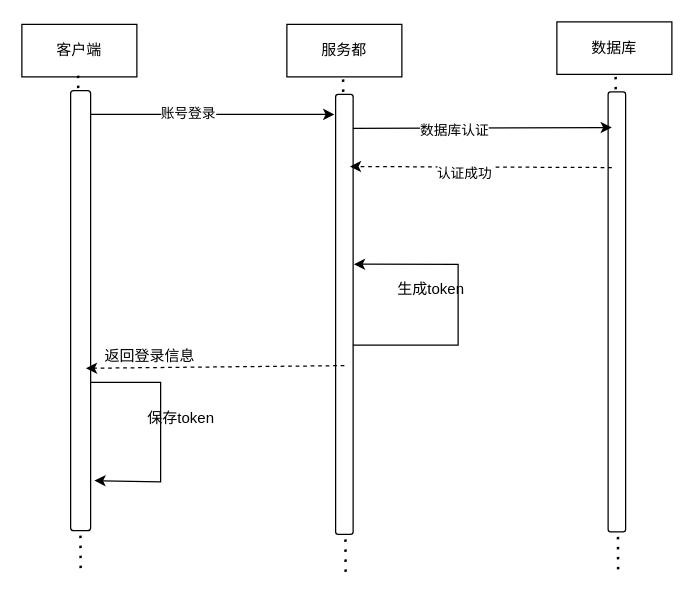
This is save/获取物品数据-第三方接口.drawio from kehaha-5/drawio, a draw.io file, before an edit. Source tidied: cells renumbered, new cells numbered last; positions are measured from the earlier drawing's top-left corner, leaving out a move shared by most shapes. Both pictures are drawn from the tidied source at 125%, with x=0, y=0 at pixel (21, 21).
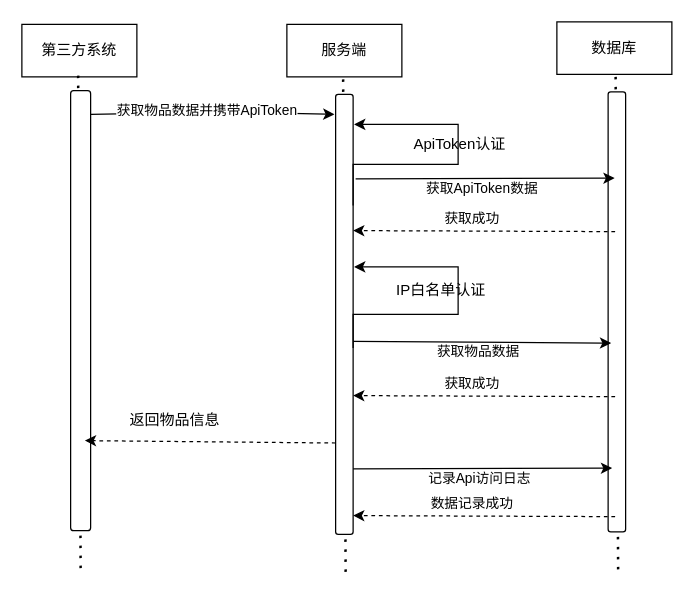
The same page after the edit.

Commit message (it also covers changes not shown here):
更新获取物品数据-第三方接口.drawio

Unchanged cells that the change refers to:
```xml
<mxCell id="4" style="rounded=1;whiteSpace=wrap;html=1;" parent="1" vertex="1">
  <mxGeometry x="39" y="55" width="16" height="352" as="geometry" />
</mxCell>
<mxCell id="8" style="rounded=1;whiteSpace=wrap;html=1;" parent="1" vertex="1">
  <mxGeometry x="251" y="58" width="14" height="352" as="geometry" />
</mxCell>
<mxCell id="10" style="rounded=1;whiteSpace=wrap;html=1;" parent="1" vertex="1">
  <mxGeometry x="469" y="56" width="14" height="352" as="geometry" />
</mxCell>
```

What changed in the source:
```diff
@@
-    <mxCell id="2" value="客户端" style="rounded=0;whiteSpace=wrap;html=1;" parent="1" vertex="1">
+    <mxCell id="2" value="第三方系统" style="rounded=0;whiteSpace=wrap;html=1;" parent="1" vertex="1">
       <mxGeometry y="2" width="92" height="42" as="geometry" />
     </mxCell>
@@
-    <mxCell id="5" value="服务都" style="rounded=0;whiteSpace=wrap;html=1;" parent="1" vertex="1">
+    <mxCell id="5" value="服务端" style="rounded=0;whiteSpace=wrap;html=1;" parent="1" vertex="1">
       <mxGeometry x="212" y="2" width="92" height="42" as="geometry" />
     </mxCell>
@@
     <mxCell id="11" style="endArrow=classic;html=1;rounded=0;exitX=1.013;exitY=0.054;exitDx=0;exitDy=0;exitPerimeter=0;" parent="1" edge="1" source="4">
       <mxGeometry relative="1" as="geometry">
         <mxPoint x="250" y="74" as="targetPoint" />
+        <Array as="points">
+          <mxPoint x="163" y="72" />
+        </Array>
       </mxGeometry>
     </mxCell>
-    <mxCell id="12" value="账号登录" style="edgeLabel;html=1;align=center;verticalAlign=middle;" parent="11" vertex="1">
-      <mxGeometry x="-0.21" y="2" relative="1" as="geometry" />
+    <mxCell id="12" value="获取物品数据并携带ApiToken" style="edgeLabel;html=1;align=center;verticalAlign=middle;" parent="11" vertex="1">
+      <mxGeometry x="-0.21" y="2" relative="1" as="geometry">
+        <mxPoint x="15" as="offset" />
+      </mxGeometry>
     </mxCell>
-    <mxCell id="13" style="endArrow=classic;html=1;rounded=0;exitX=0.986;exitY=0.077;exitDx=0;exitDy=0;exitPerimeter=0;entryX=0.214;entryY=0.081;entryDx=0;entryDy=0;entryPerimeter=0;" parent="1" edge="1" source="8" target="10">
-      <mxGeometry relative="1" as="geometry" />
+    <mxCell id="13" style="endArrow=classic;html=1;rounded=0;exitX=0.986;exitY=0.077;exitDx=0;exitDy=0;exitPerimeter=0;entryX=0.214;entryY=0.081;entryDx=0;entryDy=0;entryPerimeter=0;" parent="1" edge="1">
+      <mxGeometry relative="1" as="geometry">
+        <mxPoint x="267" y="125.6" as="sourcePoint" />
+        <mxPoint x="474.2" y="125" as="targetPoint" />
+      </mxGeometry>
     </mxCell>
-    <mxCell id="14" value="数据库认证" style="edgeLabel;html=1;align=center;verticalAlign=middle;" parent="13" vertex="1">
-      <mxGeometry x="-0.22" y="-2" relative="1" as="geometry" />
+    <mxCell id="14" value="获取ApiToken数据" style="edgeLabel;html=1;align=center;verticalAlign=middle;" parent="13" vertex="1">
+      <mxGeometry x="-0.22" y="-2" relative="1" as="geometry">
+        <mxPoint x="19" y="5" as="offset" />
+      </mxGeometry>
     </mxCell>
-    <mxCell id="15" style="endArrow=classic;html=1;rounded=0;dashed=1;entryX=0.814;entryY=0.164;entryDx=0;entryDy=0;entryPerimeter=0;exitX=0.214;exitY=0.172;exitDx=0;exitDy=0;exitPerimeter=0;" parent="1" edge="1" source="10" target="8">
-      <mxGeometry relative="1" as="geometry" />
+    <mxCell id="15" style="endArrow=classic;html=1;rounded=0;dashed=1;entryX=0.814;entryY=0.164;entryDx=0;entryDy=0;entryPerimeter=0;exitX=0.214;exitY=0.172;exitDx=0;exitDy=0;exitPerimeter=0;" parent="1" edge="1">
+      <mxGeometry relative="1" as="geometry">
+        <mxPoint x="474.6" y="167.8" as="sourcePoint" />
+        <mxPoint x="265" y="167" as="targetPoint" />
+      </mxGeometry>
     </mxCell>
-    <mxCell id="16" value="认证成功" style="edgeLabel;html=1;align=center;verticalAlign=middle;" parent="15" vertex="1">
-      <mxGeometry x="0.13" y="4" relative="1" as="geometry" />
+    <mxCell id="16" value="获取成功" style="edgeLabel;html=1;align=center;verticalAlign=middle;" parent="15" vertex="1">
+      <mxGeometry x="0.13" y="4" relative="1" as="geometry">
+        <mxPoint x="3" y="-15" as="offset" />
+      </mxGeometry>
     </mxCell>
-    <mxCell id="17" style="edgeStyle=orthogonalEdgeStyle;rounded=0;orthogonalLoop=1;jettySize=auto;html=1;entryX=1.043;entryY=0.386;entryDx=0;entryDy=0;entryPerimeter=0;exitX=0.986;exitY=0.57;exitDx=0;exitDy=0;exitPerimeter=0;" parent="1" edge="1" source="8" target="8">
+    <mxCell id="17" style="edgeStyle=orthogonalEdgeStyle;rounded=0;orthogonalLoop=1;jettySize=auto;html=1;entryX=1.043;entryY=0.386;entryDx=0;entryDy=0;entryPerimeter=0;exitX=0.986;exitY=0.57;exitDx=0;exitDy=0;exitPerimeter=0;" parent="1" edge="1">
       <mxGeometry relative="1" as="geometry">
+        <mxPoint x="265" y="260.8" as="sourcePoint" />
+        <mxPoint x="265.8" y="196" as="targetPoint" />
         <Array as="points">
-          <mxPoint x="349" y="259" />
-          <mxPoint x="349" y="194" />
+          <mxPoint x="265" y="234" />
+          <mxPoint x="349" y="234" />
+          <mxPoint x="349" y="196" />
         </Array>
       </mxGeometry>
     </mxCell>
-    <mxCell id="18" value="生成token" style="text;html=1;align=center;verticalAlign=middle;strokeColor=none;fillColor=none;" parent="1" vertex="1">
-      <mxGeometry x="291" y="201" width="71" height="26" as="geometry" />
+    <mxCell id="18" value="IP白名单认证" style="text;html=1;align=center;verticalAlign=middle;strokeColor=none;fillColor=none;" parent="1" vertex="1">
+      <mxGeometry x="290" y="202" width="89" height="26" as="geometry" />
     </mxCell>
-    <mxCell id="19" style="endArrow=classic;html=1;rounded=0;entryX=0.763;entryY=0.631;entryDx=0;entryDy=0;entryPerimeter=0;dashed=1;" parent="1" edge="1" target="4">
+    <mxCell id="19" style="endArrow=classic;html=1;rounded=0;entryX=0.763;entryY=0.631;entryDx=0;entryDy=0;entryPerimeter=0;dashed=1;exitX=0.059;exitY=0.628;exitDx=0;exitDy=0;exitPerimeter=0;" parent="1" edge="1">
       <mxGeometry relative="1" as="geometry">
-        <mxPoint x="258" y="275" as="sourcePoint" />
+        <mxPoint x="251" y="336.9" as="sourcePoint" />
+        <mxPoint x="50.4" y="335" as="targetPoint" />
       </mxGeometry>
     </mxCell>
-    <mxCell id="20" value="返回登录信息" style="text;html=1;align=center;verticalAlign=middle;strokeColor=none;fillColor=none;" parent="1" vertex="1">
-      <mxGeometry x="57" y="255" width="90" height="26" as="geometry" />
+    <mxCell id="20" value="返回物品信息" style="text;html=1;align=center;verticalAlign=middle;strokeColor=none;fillColor=none;" parent="1" vertex="1">
+      <mxGeometry x="77" y="306" width="90" height="26" as="geometry" />
     </mxCell>
-    <mxCell id="21" style="edgeStyle=orthogonalEdgeStyle;rounded=0;jettySize=auto;html=1;exitX=0.969;exitY=0.663;exitDx=0;exitDy=0;exitPerimeter=0;" parent="1" edge="1" source="4">
-      <mxGeometry relative="1" as="geometry">
-        <mxPoint x="58" y="367" as="targetPoint" />
-        <Array as="points">
-          <mxPoint x="111" y="288" />
-          <mxPoint x="111" y="368" />
-          <mxPoint x="58" y="368" />
-        </Array>
-      </mxGeometry>
-    </mxCell>
-    <mxCell id="22" value="保存token" style="text;html=1;align=center;verticalAlign=middle;strokeColor=none;fillColor=none;" parent="1" vertex="1">
-      <mxGeometry x="91" y="304" width="71" height="26" as="geometry" />
-    </mxCell>
+    <mxCell id="23" style="edgeStyle=orthogonalEdgeStyle;rounded=0;orthogonalLoop=1;jettySize=auto;html=1;entryX=1.043;entryY=0.386;entryDx=0;entryDy=0;entryPerimeter=0;exitX=0.986;exitY=0.57;exitDx=0;exitDy=0;exitPerimeter=0;" parent="1" edge="1">
+      <mxGeometry relative="1" as="geometry">
+        <mxPoint x="265" y="146.8" as="sourcePoint" />
+        <mxPoint x="265.8" y="82" as="targetPoint" />
+        <Array as="points">
+          <mxPoint x="265" y="114" />
+          <mxPoint x="349" y="114" />
+          <mxPoint x="349" y="82" />
+        </Array>
+      </mxGeometry>
+    </mxCell>
+    <mxCell id="24" value="ApiToken认证" style="text;html=1;align=center;verticalAlign=middle;strokeColor=none;fillColor=none;" parent="1" vertex="1">
+      <mxGeometry x="304" y="85" width="91" height="26" as="geometry" />
+    </mxCell>
+    <mxCell id="25" style="endArrow=classic;html=1;rounded=0;exitX=0.986;exitY=0.077;exitDx=0;exitDy=0;exitPerimeter=0;entryX=0.172;entryY=0.571;entryDx=0;entryDy=0;entryPerimeter=0;" parent="1" edge="1" target="10">
+      <mxGeometry relative="1" as="geometry">
+        <mxPoint x="265" y="255.6" as="sourcePoint" />
+      </mxGeometry>
+    </mxCell>
+    <mxCell id="26" value="获取物品数据" style="edgeLabel;html=1;align=center;verticalAlign=middle;" parent="25" vertex="1">
+      <mxGeometry x="-0.22" y="-2" relative="1" as="geometry">
+        <mxPoint x="19" y="5" as="offset" />
+      </mxGeometry>
+    </mxCell>
+    <mxCell id="27" style="endArrow=classic;html=1;rounded=0;dashed=1;entryX=0.814;entryY=0.164;entryDx=0;entryDy=0;entryPerimeter=0;exitX=0.214;exitY=0.172;exitDx=0;exitDy=0;exitPerimeter=0;" parent="1" edge="1">
+      <mxGeometry relative="1" as="geometry">
+        <mxPoint x="474.6" y="299.8" as="sourcePoint" />
+        <mxPoint x="265" y="299" as="targetPoint" />
+      </mxGeometry>
+    </mxCell>
+    <mxCell id="28" value="获取成功" style="edgeLabel;html=1;align=center;verticalAlign=middle;" parent="27" vertex="1">
+      <mxGeometry x="0.13" y="4" relative="1" as="geometry">
+        <mxPoint x="3" y="-15" as="offset" />
+      </mxGeometry>
+    </mxCell>
+    <mxCell id="29" style="endArrow=classic;html=1;rounded=0;exitX=0.986;exitY=0.077;exitDx=0;exitDy=0;exitPerimeter=0;entryX=0.214;entryY=0.081;entryDx=0;entryDy=0;entryPerimeter=0;" parent="1" edge="1">
+      <mxGeometry relative="1" as="geometry">
+        <mxPoint x="265" y="357.6" as="sourcePoint" />
+        <mxPoint x="472.2" y="357" as="targetPoint" />
+      </mxGeometry>
+    </mxCell>
+    <mxCell id="30" value="记录Api访问日志" style="edgeLabel;html=1;align=center;verticalAlign=middle;" parent="29" vertex="1">
+      <mxGeometry x="-0.22" y="-2" relative="1" as="geometry">
+        <mxPoint x="19" y="5" as="offset" />
+      </mxGeometry>
+    </mxCell>
+    <mxCell id="31" style="endArrow=classic;html=1;rounded=0;dashed=1;entryX=0.814;entryY=0.164;entryDx=0;entryDy=0;entryPerimeter=0;exitX=0.214;exitY=0.172;exitDx=0;exitDy=0;exitPerimeter=0;" parent="1" edge="1">
+      <mxGeometry relative="1" as="geometry">
+        <mxPoint x="474.6" y="395.8" as="sourcePoint" />
+        <mxPoint x="265" y="395" as="targetPoint" />
+      </mxGeometry>
+    </mxCell>
+    <mxCell id="32" value="数据记录成功" style="edgeLabel;html=1;align=center;verticalAlign=middle;" parent="31" vertex="1">
+      <mxGeometry x="0.13" y="4" relative="1" as="geometry">
+        <mxPoint x="3" y="-15" as="offset" />
+      </mxGeometry>
+    </mxCell>
```
